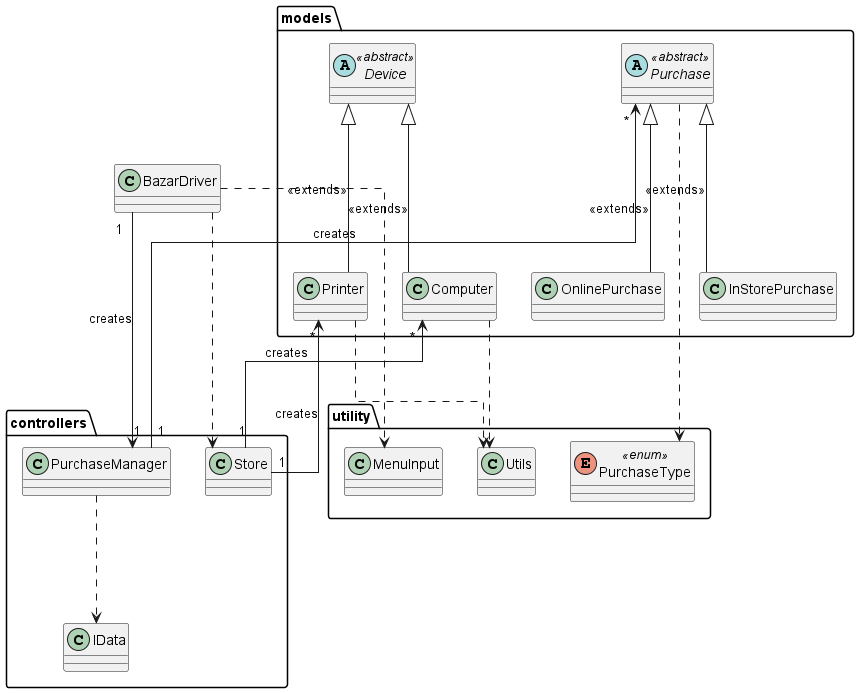
jenul-ferdinand/digital-bazaar keeps this PlantUML diagram as uml/UML Diagram.png. Above is the earlier version. Its diagram source:
```plantuml
@startuml

skinparam linetype ortho

class BazarDriver

package controllers {
    class Store

    class PurchaseManager

    class IData
}

package models {
    abstract class Device <<abstract>>

    class Printer

    class Computer

    abstract class Purchase <<abstract>>

    class InStorePurchase

    class OnlinePurchase
}

package utility {
    class MenuInput

    class Utils

    enum PurchaseType <<enum>>
}


Printer --u-|> Device : <<extends>>
Computer --u-|> Device : <<extends>>

Printer "*" <--- "1" Store : creates
Computer "*" <--- "1" Store : creates

Printer ...> Utils
Computer ...>  Utils

BazarDriver ....> Store
BazarDriver ....> MenuInput

BazarDriver "1" ---> "1" PurchaseManager : creates

PurchaseManager "1" --> "*" Purchase : creates
PurchaseManager ...> IData

Purchase ...> PurchaseType
OnlinePurchase --u-|> Purchase : <<extends>>
InStorePurchase --u-|> Purchase : <<extends>>



@enduml
```
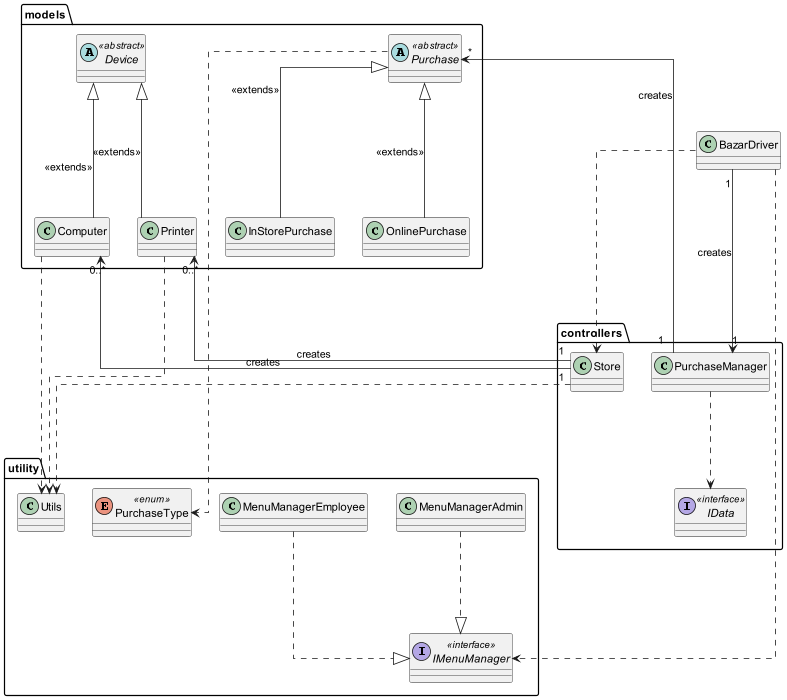
Above is the later version.

Commit message:
Updated UML Diagram

Diff of the diagram source:
```diff
@@ -9,7 +9,7 @@
 
     class PurchaseManager
 
-    class IData
+    interface IData <<interface>>
 }
 
 package models {
@@ -27,7 +27,9 @@
 }
 
 package utility {
-    class MenuInput
+    class MenuManagerAdmin
+    class MenuManagerEmployee
+    interface IMenuManager <<interface>>
 
     class Utils
 
@@ -38,14 +40,19 @@
 Printer --u-|> Device : <<extends>>
 Computer --u-|> Device : <<extends>>
 
-Printer "*" <--- "1" Store : creates
-Computer "*" <--- "1" Store : creates
+Printer "0..*" <--- "1" Store : creates
+Computer "0..*" <--- "1" Store : creates
 
 Printer ...> Utils
 Computer ...>  Utils
 
 BazarDriver ....> Store
-BazarDriver ....> MenuInput
+BazarDriver ..r..> IMenuManager
+
+MenuManagerAdmin ...|> IMenuManager
+MenuManagerEmployee ...|> IMenuManager
+
+Store ...> Utils
 
 BazarDriver "1" ---> "1" PurchaseManager : creates
 
```
